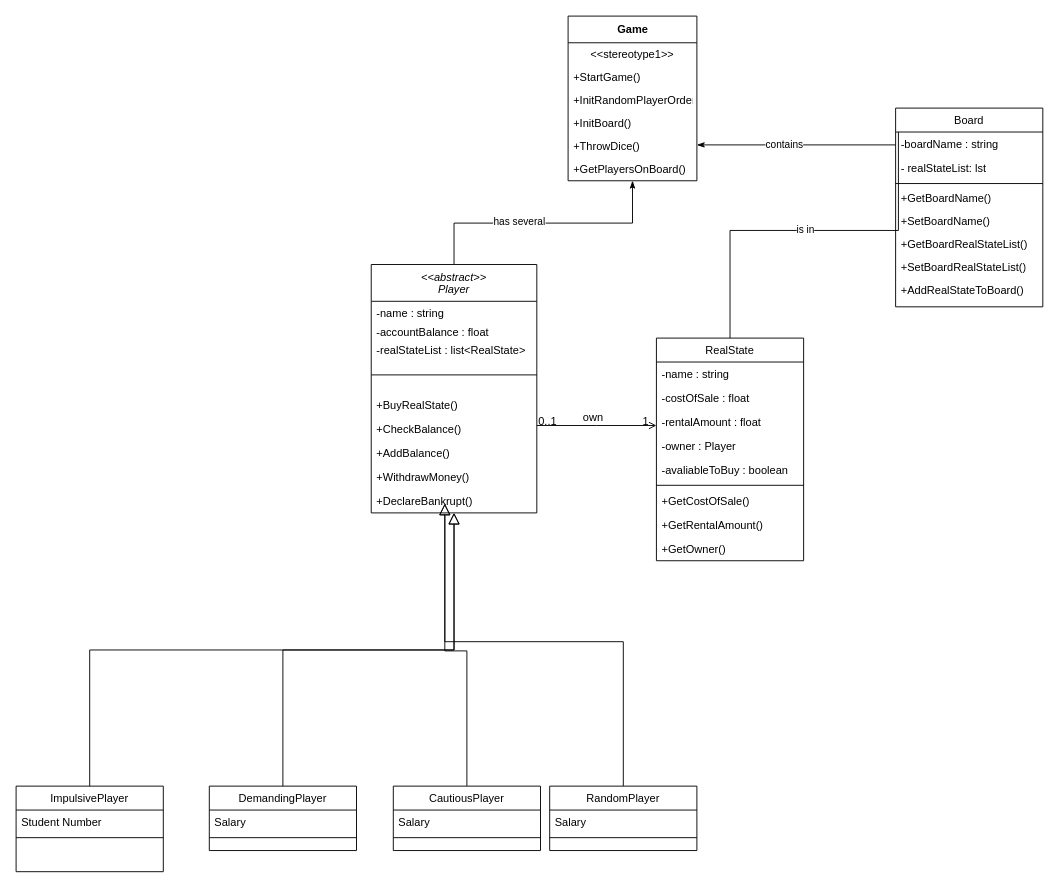
The draw.io diagram ClassDiagram.drawio in abelgonzalez/Monopoly, before the edit. Source tidied: cells renumbered, new cells numbered last; positions are measured from the earlier drawing's top-left corner, leaving out a move shared by most shapes. Both pictures are drawn from the tidied source at 92%, with x=0, y=0 at pixel (16, 16).
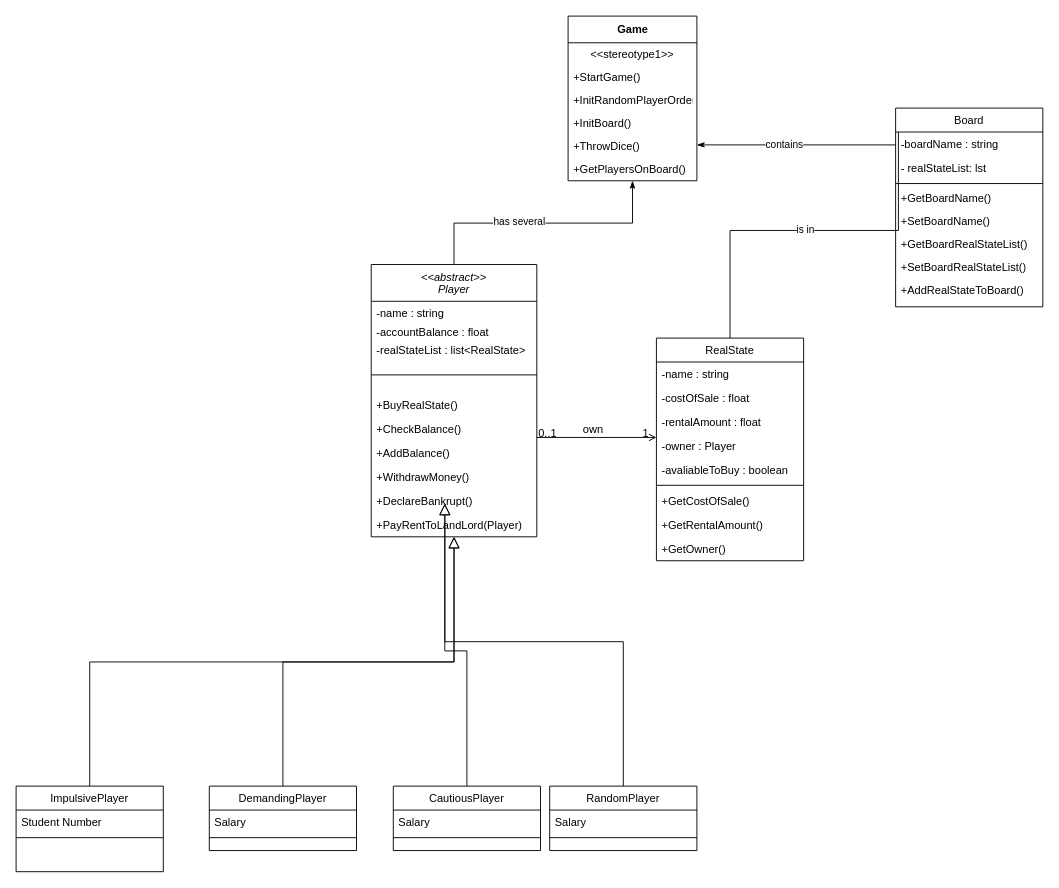
The same page after the edit.

The edit, as a diff of the source:
```diff
@@
     <mxCell id="4" value="&lt;&lt;abstract&gt;&gt;&#10;Player" style="swimlane;fontStyle=2;align=center;verticalAlign=top;horizontal=1;startSize=40;rounded=0;shadow=0;strokeWidth=1;" parent="1" vertex="1">
-      <mxGeometry x="386" y="270" width="180" height="270" as="geometry" />
+      <mxGeometry x="386" y="270" width="180" height="296" as="geometry" />
     </mxCell>
@@
+    <mxCell id="64" value="+PayRentToLandLord(Player)" style="text;align=left;verticalAlign=top;spacingLeft=4;spacingRight=4;overflow=hidden;" parent="4" vertex="1">
+      <mxGeometry y="270" width="180" height="26" as="geometry" />
+    </mxCell>
```
